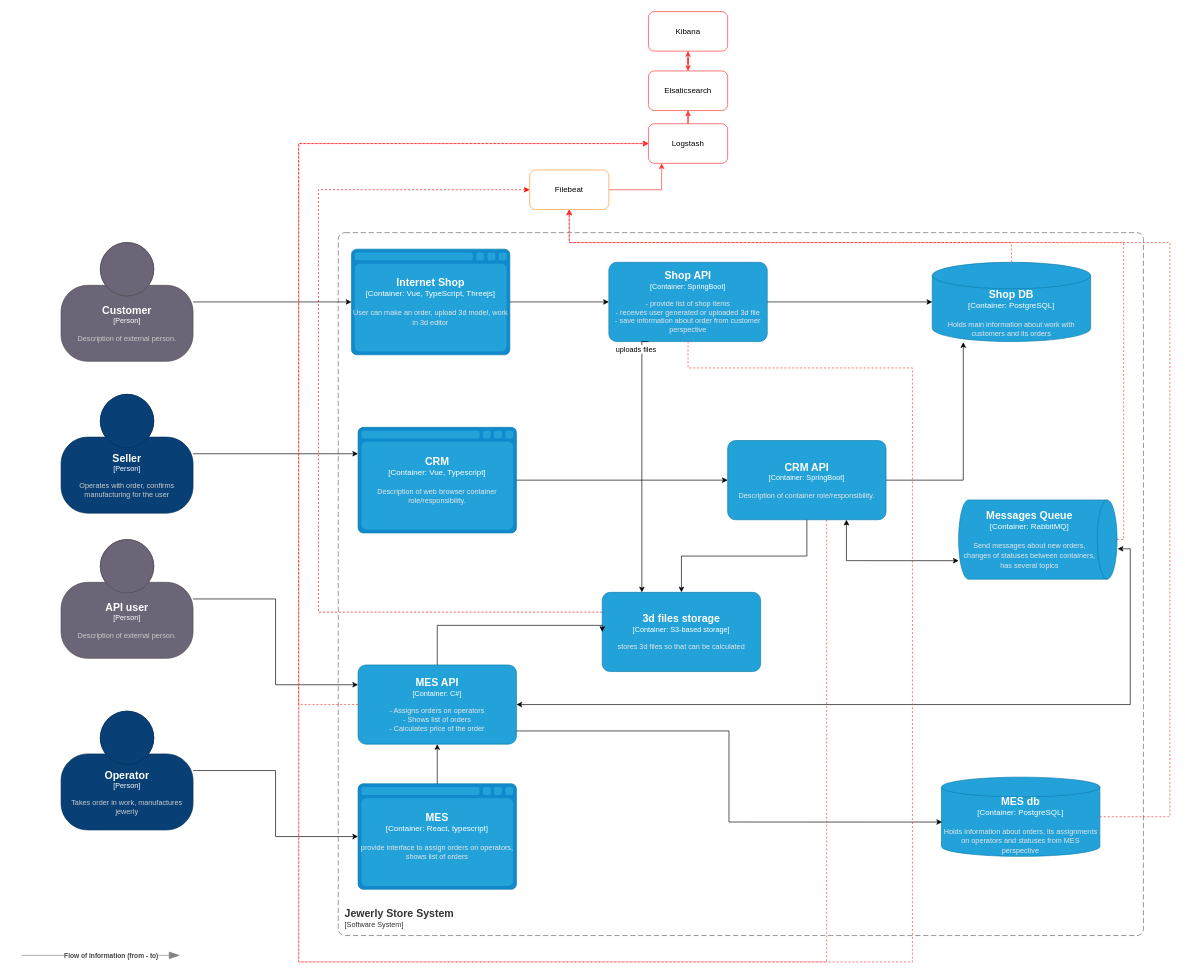
Before: Exc4/jewerly_c4_model.drawio in sp-prog/architecture-sprint-4, a draw.io diagram. Source tidied: cells renumbered, new cells numbered last; positions are measured from the earlier drawing's top-left corner, leaving out a move shared by most shapes. Both pictures are drawn from the tidied source at 66%, with x=0, y=0 at pixel (21, 11).
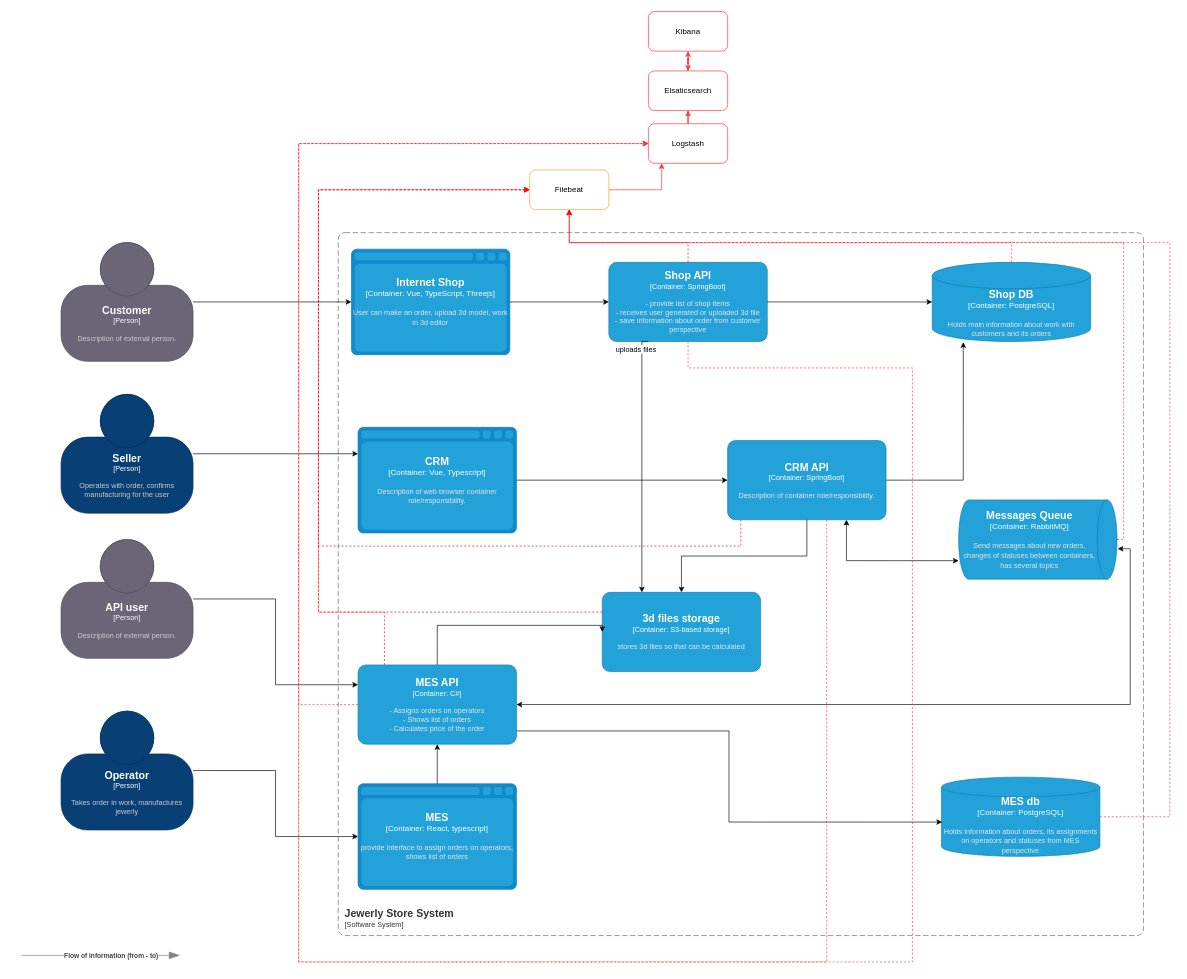
The same diagram, later.

The change refers to these unchanged cells:
```xml
<object id="2" label="&lt;font style=&quot;font-size: 16px&quot;&gt;&lt;b&gt;%c4Name%&lt;/b&gt;&lt;/font&gt;&lt;div&gt;[%c4Type%: %c4Technology%]&lt;/div&gt;&lt;br&gt;&lt;div&gt;&lt;font style=&quot;font-size: 11px&quot;&gt;&lt;font color=&quot;#E6E6E6&quot;&gt;%c4Description%&lt;/font&gt;&lt;/div&gt;" c4Description="- Assigns orders on operators&#10;- Shows list of orders&#10;- Calculates price of the order" c4Name="MES API" c4Technology="C#" c4Type="Container" placeholders="1">
  <mxCell style="rounded=1;whiteSpace=wrap;html=1;fontSize=11;labelBackgroundColor=none;fillColor=#23A2D9;fontColor=#ffffff;align=center;arcSize=10;strokeColor=#0E7DAD;points=[[0.25,0,0],[0.5,0,0],[0.75,0,0],[1,0.25,0],[1,0.5,0],[1,0.75,0],[0.75,1,0],[0.5,1,0],[0.25,1,0],[0,0.75,0],[0,0.5,0],[0,0.25,0]];" parent="1" vertex="1">
    <mxGeometry x="510" y="990" width="240" height="120" as="geometry" />
  </mxCell>
</object>
<object id="10" label="&lt;font style=&quot;font-size: 16px&quot;&gt;&lt;b&gt;%c4Name%&lt;/b&gt;&lt;/font&gt;&lt;div&gt;[%c4Type%: %c4Technology%]&lt;/div&gt;&lt;br&gt;&lt;div&gt;&lt;font style=&quot;font-size: 11px&quot;&gt;&lt;font color=&quot;#E6E6E6&quot;&gt;%c4Description%&lt;/font&gt;&lt;/div&gt;" c4Description="- provide list of shop items&#10;- receives user generated or uploaded 3d file&#10;- save information about order from customer perspective&#10;" c4Name="Shop API" c4Technology="SpringBoot" c4Type="Container" placeholders="1">
  <mxCell style="rounded=1;whiteSpace=wrap;html=1;fontSize=11;labelBackgroundColor=none;fillColor=#23A2D9;fontColor=#ffffff;align=center;arcSize=10;strokeColor=#0E7DAD;points=[[0.25,0,0],[0.5,0,0],[0.75,0,0],[1,0.25,0],[1,0.5,0],[1,0.75,0],[0.75,1,0],[0.5,1,0],[0.25,1,0],[0,0.75,0],[0,0.5,0],[0,0.25,0]];" parent="1" vertex="1">
    <mxGeometry x="890" y="380" width="240" height="120" as="geometry" />
  </mxCell>
</object>
<object id="12" label="&lt;font style=&quot;font-size: 16px&quot;&gt;&lt;b&gt;%c4Name%&lt;/b&gt;&lt;/font&gt;&lt;div&gt;[%c4Type%: %c4Technology%]&lt;/div&gt;&lt;br&gt;&lt;div&gt;&lt;font style=&quot;font-size: 11px&quot;&gt;&lt;font color=&quot;#E6E6E6&quot;&gt;%c4Description%&lt;/font&gt;&lt;/div&gt;" c4Description="Description of container role/responsibility." c4Name="CRM API" c4Technology="SpringBoot" c4Type="Container" placeholders="1">
  <mxCell style="rounded=1;whiteSpace=wrap;html=1;fontSize=11;labelBackgroundColor=none;fillColor=#23A2D9;fontColor=#ffffff;align=center;arcSize=10;strokeColor=#0E7DAD;points=[[0.25,0,0],[0.5,0,0],[0.75,0,0],[1,0.25,0],[1,0.5,0],[1,0.75,0],[0.75,1,0],[0.5,1,0],[0.25,1,0],[0,0.75,0],[0,0.5,0],[0,0.25,0]];" parent="1" vertex="1">
    <mxGeometry x="1070" y="650" width="240" height="120" as="geometry" />
  </mxCell>
</object>
<mxCell id="44" value="Filebeat" style="rounded=1;whiteSpace=wrap;html=1;strokeColor=#FF9933;" parent="1" vertex="1">
  <mxGeometry x="770" y="240" width="120" height="60" as="geometry" />
</mxCell>
```

Diff of the diagram source:
```diff
@@
+    <mxCell id="49" style="html=1;labelBackgroundColor=#ffffff;startArrow=none;startFill=0;startSize=6;endArrow=classic;endFill=1;endSize=6;jettySize=auto;strokeWidth=1;dashed=1;fontSize=14;rounded=0;edgeStyle=orthogonalEdgeStyle;strokeColor=#FF0000;" parent="1" edge="1" source="10" target="44">
+      <mxGeometry relative="1" as="geometry">
+        <Array as="points">
+          <mxPoint x="1010" y="350" />
+          <mxPoint x="830" y="350" />
+        </Array>
+      </mxGeometry>
+    </mxCell>
+    <mxCell id="50" style="html=1;labelBackgroundColor=#ffffff;startArrow=none;startFill=0;startSize=6;endArrow=classic;endFill=1;endSize=6;jettySize=auto;strokeWidth=1;dashed=1;fontSize=14;rounded=0;edgeStyle=orthogonalEdgeStyle;strokeColor=#FF0000;" parent="1" edge="1" source="2" target="44">
+      <mxGeometry relative="1" as="geometry">
+        <Array as="points">
+          <mxPoint x="550" y="910" />
+          <mxPoint x="450" y="910" />
+          <mxPoint x="450" y="270" />
+        </Array>
+      </mxGeometry>
+    </mxCell>
+    <mxCell id="51" style="html=1;labelBackgroundColor=#ffffff;startArrow=none;startFill=0;startSize=6;endArrow=classic;endFill=1;endSize=6;jettySize=auto;strokeWidth=1;dashed=1;fontSize=14;rounded=0;edgeStyle=orthogonalEdgeStyle;strokeColor=#FF0000;" parent="1" edge="1" source="12" target="44">
+      <mxGeometry relative="1" as="geometry">
+        <Array as="points">
+          <mxPoint x="1090" y="810" />
+          <mxPoint x="450" y="810" />
+          <mxPoint x="450" y="270" />
+        </Array>
+      </mxGeometry>
+    </mxCell>
```
